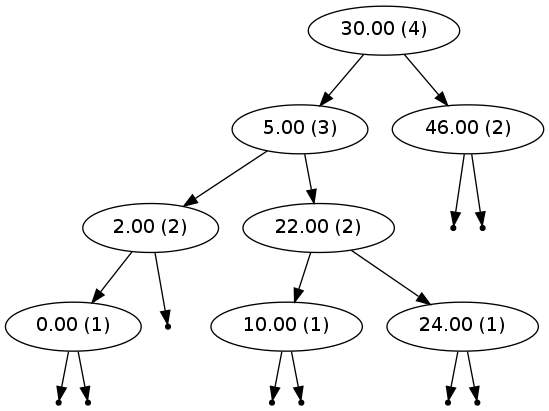
Earlier version of the Graphviz export AVL_Trees/graph.png (cerdogan/Job). Its source is kept beside it as AVL_Trees/graph.dot.
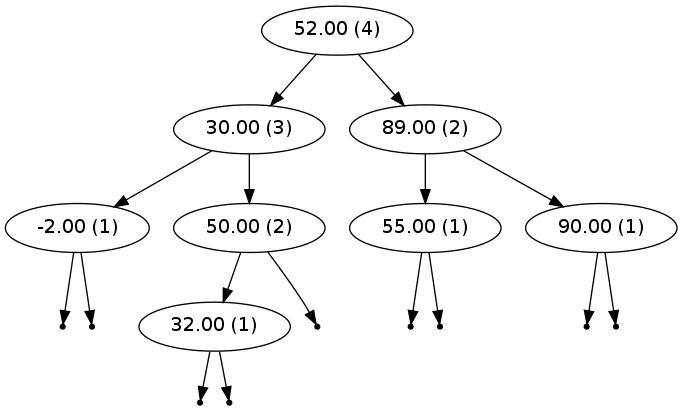
After the commit.

The edit, as a diff of the source:
```diff
@@ -1,29 +1,29 @@
 digraph {
 graph [ordering="out"]
-"30.00 (4)"
-"30.00 (4)" -> "5.00 (3)"
-"5.00 (3)" -> "2.00 (2)"
-"2.00 (2)" -> "0.00 (1)"
-"null0.00-0" [shape=point];
-"0.00 (1)" -> "null0.00-0";
-"null0.00-1" [shape=point];
-"0.00 (1)" -> "null0.00-1";
-"null2.00-1" [shape=point];
-"2.00 (2)" -> "null2.00-1";
-"5.00 (3)" -> "22.00 (2)"
-"22.00 (2)" -> "10.00 (1)"
-"null10.00-0" [shape=point];
-"10.00 (1)" -> "null10.00-0";
-"null10.00-1" [shape=point];
-"10.00 (1)" -> "null10.00-1";
-"22.00 (2)" -> "24.00 (1)"
-"null24.00-0" [shape=point];
-"24.00 (1)" -> "null24.00-0";
-"null24.00-1" [shape=point];
-"24.00 (1)" -> "null24.00-1";
-"30.00 (4)" -> "46.00 (2)"
-"null46.00-0" [shape=point];
-"46.00 (2)" -> "null46.00-0";
-"null46.00-1" [shape=point];
-"46.00 (2)" -> "null46.00-1";
+"52.00 (4)"
+"52.00 (4)" -> "30.00 (3)"
+"30.00 (3)" -> "-2.00 (1)"
+"null-2.00-0" [shape=point];
+"-2.00 (1)" -> "null-2.00-0";
+"null-2.00-1" [shape=point];
+"-2.00 (1)" -> "null-2.00-1";
+"30.00 (3)" -> "50.00 (2)"
+"50.00 (2)" -> "32.00 (1)"
+"null32.00-0" [shape=point];
+"32.00 (1)" -> "null32.00-0";
+"null32.00-1" [shape=point];
+"32.00 (1)" -> "null32.00-1";
+"null50.00-1" [shape=point];
+"50.00 (2)" -> "null50.00-1";
+"52.00 (4)" -> "89.00 (2)"
+"89.00 (2)" -> "55.00 (1)"
+"null55.00-0" [shape=point];
+"55.00 (1)" -> "null55.00-0";
+"null55.00-1" [shape=point];
+"55.00 (1)" -> "null55.00-1";
+"89.00 (2)" -> "90.00 (1)"
+"null90.00-0" [shape=point];
+"90.00 (1)" -> "null90.00-0";
+"null90.00-1" [shape=point];
+"90.00 (1)" -> "null90.00-1";
 }
```
